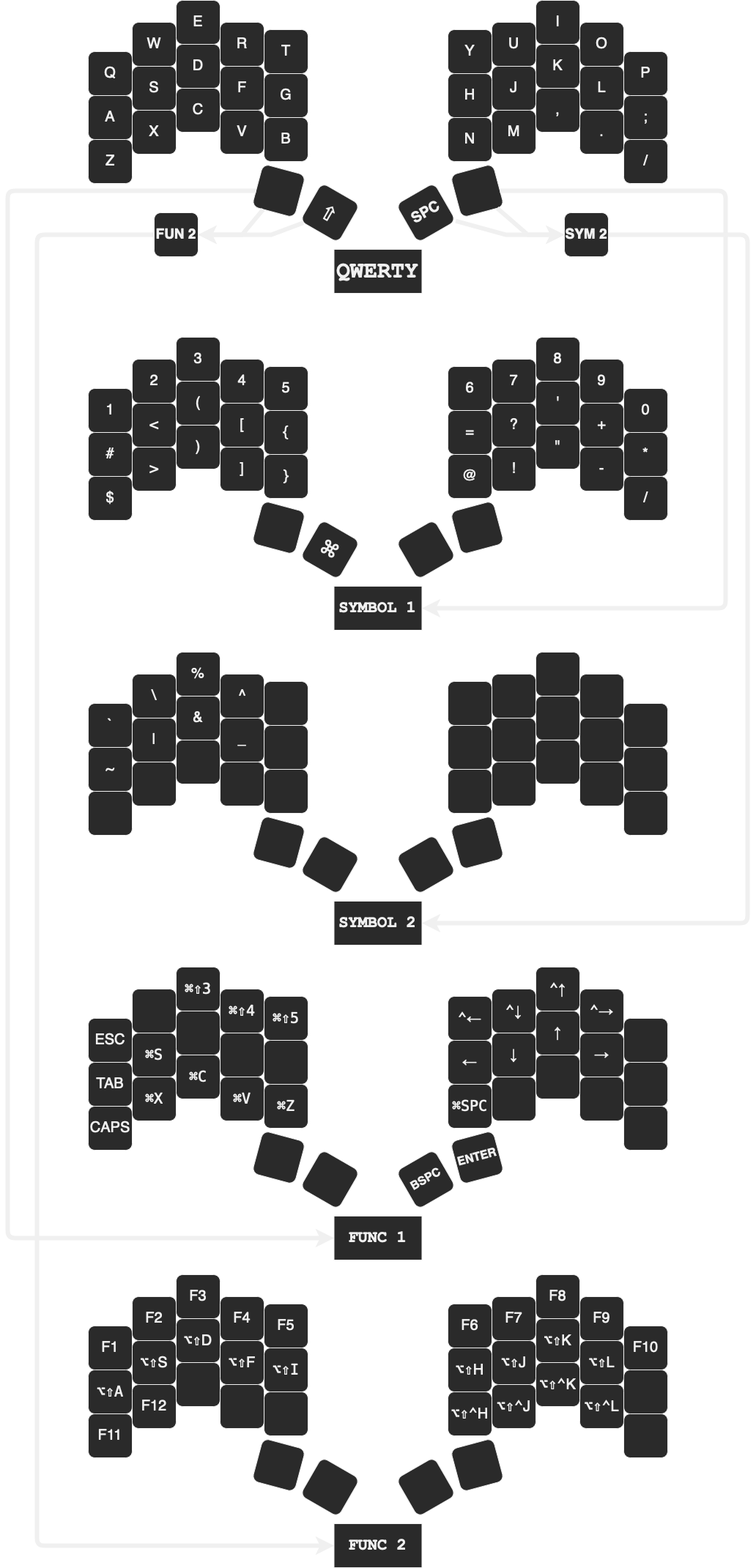
The draw.io diagram weevil.drawio.png in wivl/ferris_sweep_keymap, before a commit. Source tidied: cells renumbered, new cells last; positions are measured from the earlier drawing's top-left corner, leaving out a move shared by most shapes.
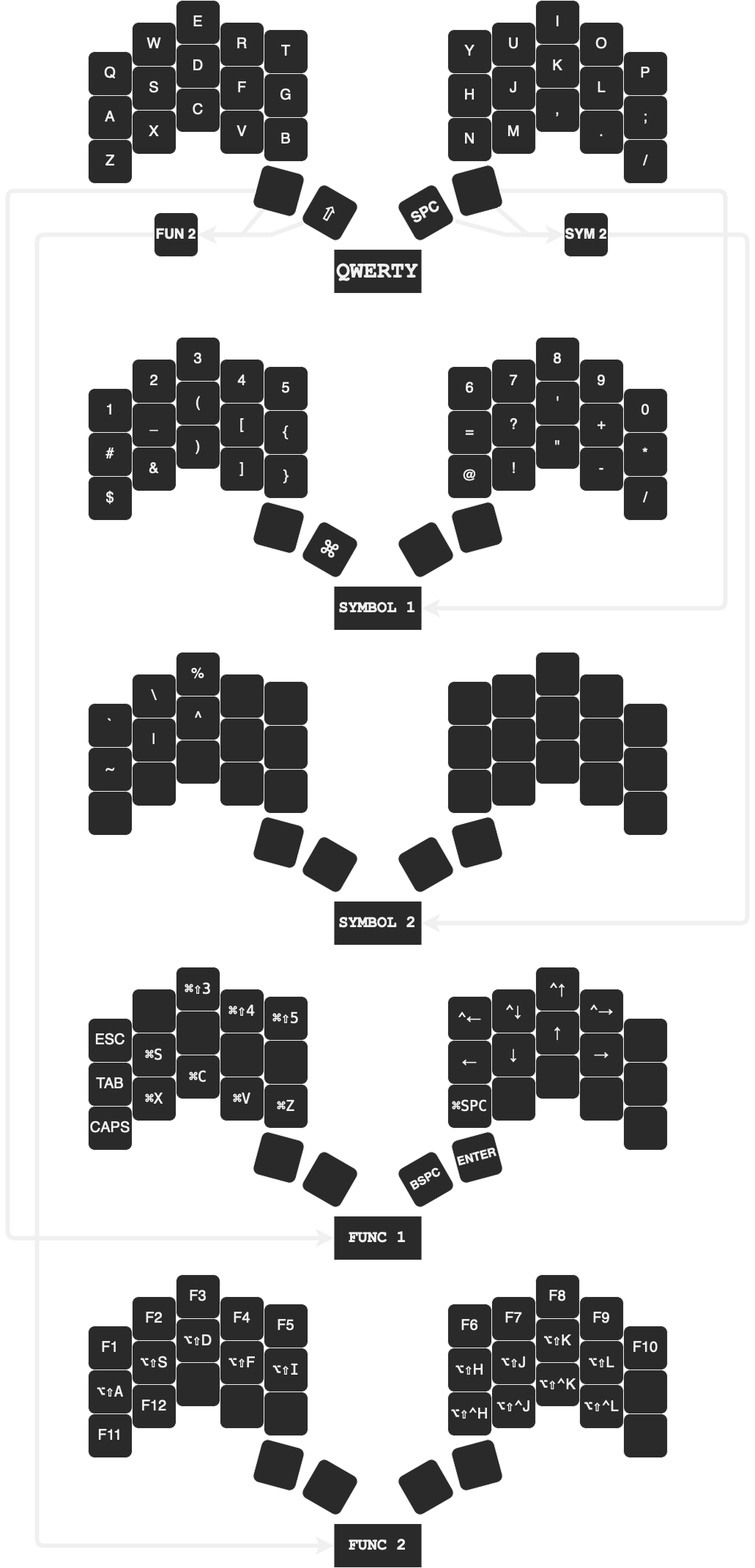
Above is the later version.

Change to the diagram source:
```diff
@@ -162,10 +162,10 @@
     <mxCell id="49" value="&lt;font style=&quot;font-size: 20px;&quot;&gt;2&lt;/font&gt;" style="rounded=1;whiteSpace=wrap;html=1;" parent="45" vertex="1">
       <mxGeometry x="60" y="30" width="60" height="60" as="geometry" />
     </mxCell>
-    <mxCell id="50" value="&lt;font style=&quot;font-size: 20px;&quot;&gt;&amp;lt;&lt;/font&gt;" style="rounded=1;whiteSpace=wrap;html=1;" parent="45" vertex="1">
+    <mxCell id="50" value="&lt;font style=&quot;font-size: 20px;&quot;&gt;_&lt;/font&gt;" style="rounded=1;whiteSpace=wrap;html=1;" parent="45" vertex="1">
       <mxGeometry x="60" y="90" width="60" height="60" as="geometry" />
     </mxCell>
-    <mxCell id="51" value="&lt;font style=&quot;font-size: 20px;&quot;&gt;&amp;gt;&lt;/font&gt;" style="rounded=1;whiteSpace=wrap;html=1;" parent="45" vertex="1">
+    <mxCell id="51" value="&lt;font style=&quot;font-size: 20px;&quot;&gt;&amp;amp;&lt;/font&gt;" style="rounded=1;whiteSpace=wrap;html=1;" parent="45" vertex="1">
       <mxGeometry x="60" y="150" width="60" height="60" as="geometry" />
     </mxCell>
     <mxCell id="52" value="&lt;font style=&quot;font-size: 20px;&quot;&gt;3&lt;/font&gt;" style="rounded=1;whiteSpace=wrap;html=1;" parent="45" vertex="1">
@@ -282,16 +282,16 @@
     <mxCell id="89" value="&lt;font style=&quot;font-size: 20px;&quot;&gt;%&lt;/font&gt;" style="rounded=1;whiteSpace=wrap;html=1;" parent="82" vertex="1">
       <mxGeometry x="120" width="60" height="60" as="geometry" />
     </mxCell>
-    <mxCell id="90" value="&lt;font style=&quot;font-size: 20px;&quot;&gt;&amp;amp;&lt;/font&gt;" style="rounded=1;whiteSpace=wrap;html=1;" parent="82" vertex="1">
+    <mxCell id="90" value="&lt;font style=&quot;font-size: 20px;&quot;&gt;^&lt;/font&gt;" style="rounded=1;whiteSpace=wrap;html=1;" parent="82" vertex="1">
       <mxGeometry x="120" y="60" width="60" height="60" as="geometry" />
     </mxCell>
     <mxCell id="91" style="rounded=1;whiteSpace=wrap;html=1;" parent="82" vertex="1">
       <mxGeometry x="120" y="120" width="60" height="60" as="geometry" />
     </mxCell>
-    <mxCell id="92" value="&lt;font style=&quot;font-size: 20px;&quot;&gt;^&lt;/font&gt;" style="rounded=1;whiteSpace=wrap;html=1;" parent="82" vertex="1">
+    <mxCell id="92" style="rounded=1;whiteSpace=wrap;html=1;" parent="82" vertex="1">
       <mxGeometry x="180" y="30" width="60" height="60" as="geometry" />
     </mxCell>
-    <mxCell id="93" value="&lt;font style=&quot;font-size: 20px;&quot;&gt;_&lt;/font&gt;" style="rounded=1;whiteSpace=wrap;html=1;" parent="82" vertex="1">
+    <mxCell id="93" style="rounded=1;whiteSpace=wrap;html=1;" parent="82" vertex="1">
       <mxGeometry x="180" y="90" width="60" height="60" as="geometry" />
     </mxCell>
     <mxCell id="94" style="rounded=1;whiteSpace=wrap;html=1;" parent="82" vertex="1">
```
